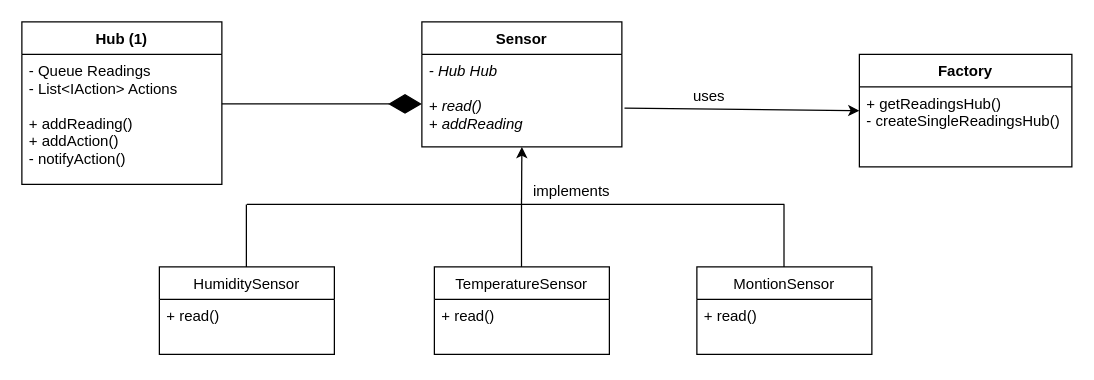
Before: page "infra-sensors" (1 of 2) of documentation/infra-diagrams.drawio in zeespogeira/ADS-HouseOfThings, a draw.io diagram. Source tidied: cells renumbered, new cells numbered last; positions are measured from the earlier drawing's top-left corner, leaving out a move shared by most shapes. Both pictures are drawn from the tidied source at 125%, with x=0, y=0 at pixel (21, 21).
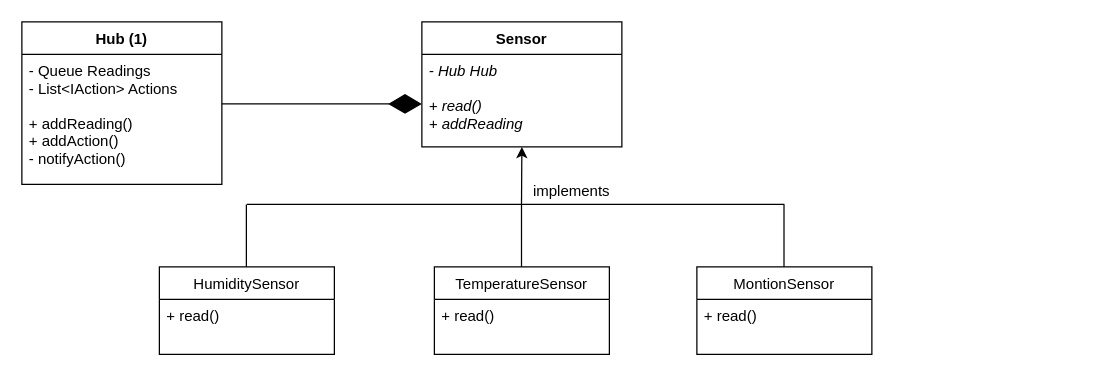
Above is the later version.

The change refers to these unchanged cells:
```xml
<mxCell id="20" value="- Hub Hub&#10;&#10;+ read()&#10;+ addReading" style="text;strokeColor=none;fillColor=none;align=left;verticalAlign=top;spacingLeft=4;spacingRight=4;overflow=hidden;points=[[0,0.5],[1,0.5]];portConstraint=eastwest;fontStyle=2;" parent="19" vertex="1">
  <mxGeometry y="26" width="160" height="74" as="geometry" />
</mxCell>
```

The edit, as a diff of the source:
```diff
@@
-    <mxCell id="8" style="endArrow=classic;html=1;exitX=1.013;exitY=0.582;exitDx=0;exitDy=0;exitPerimeter=0;" parent="1" edge="1" source="20">
-      <mxGeometry relative="1" as="geometry">
-        <mxPoint x="670" y="71" as="targetPoint" />
-      </mxGeometry>
-    </mxCell>
-    <mxCell id="9" value="uses" style="text;html=1;strokeColor=none;fillColor=none;align=center;verticalAlign=middle;whiteSpace=wrap;rounded=0;" parent="1" vertex="1">
-      <mxGeometry x="530" y="50" width="40" height="20" as="geometry" />
-    </mxCell>
@@
-    <mxCell id="11" value="Factory" style="swimlane;fontStyle=1;horizontal=1;startSize=26;fillColor=none;" parent="1" vertex="1">
-      <mxGeometry x="670" y="26" width="170" height="90" as="geometry" />
-    </mxCell>
-    <mxCell id="12" value="+ getReadingsHub()&#10;- createSingleReadingsHub()" style="text;strokeColor=none;fillColor=none;align=left;verticalAlign=top;spacingLeft=4;spacingRight=4;overflow=hidden;" parent="11" vertex="1">
-      <mxGeometry y="26" width="170" height="64" as="geometry" />
-    </mxCell>
```
